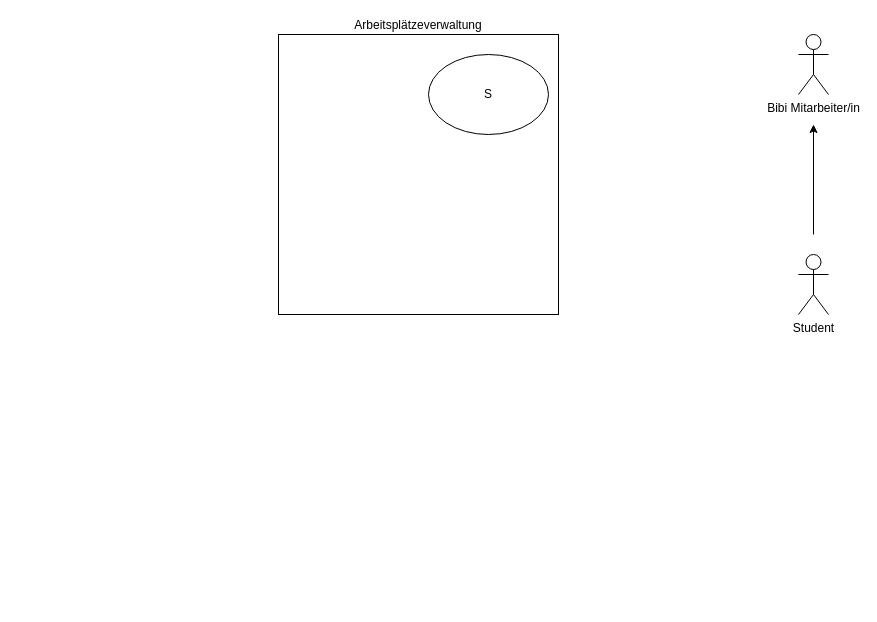
Above: Unbenanntes Diagramm.drawio in hantinguyen/hello-world (draw.io), before the change. Source tidied: cells renumbered, new cells numbered last; positions are measured from the earlier drawing's top-left corner, leaving out a move shared by most shapes. Both pictures are drawn from the tidied source at 100%, with x=0, y=0 at pixel (278, 34).
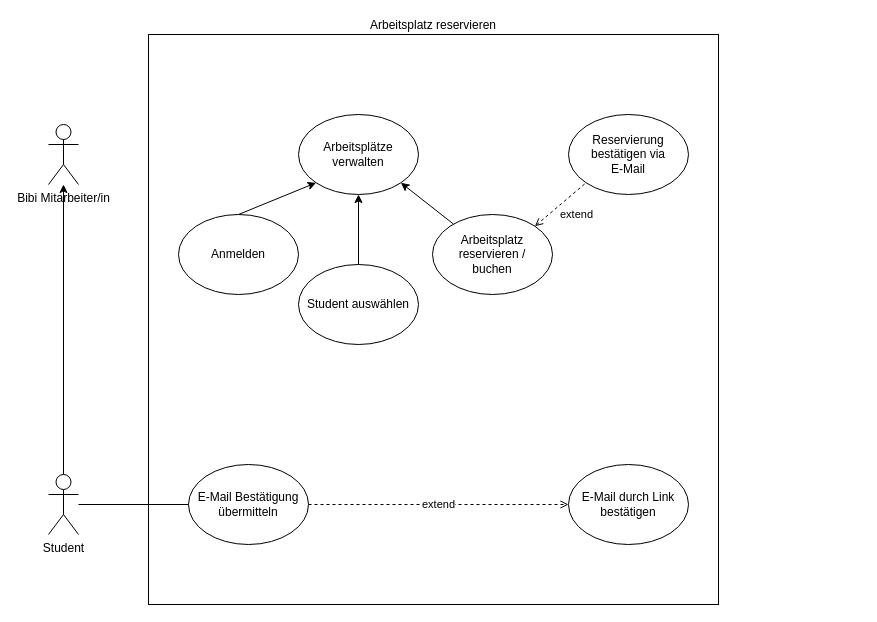
Above is the later version.

Change to the diagram source:
```diff
@@
     <mxCell id="2" value="Bibi Mitarbeiter/in" style="shape=umlActor;verticalLabelPosition=bottom;verticalAlign=top;html=1;outlineConnect=0;" parent="1" vertex="1">
-      <mxGeometry x="520" width="30" height="60" as="geometry" />
+      <mxGeometry x="-230" y="90" width="30" height="60" as="geometry" />
     </mxCell>
-    <mxCell id="3" style="edgeStyle=orthogonalEdgeStyle;rounded=0;orthogonalLoop=1;jettySize=auto;html=1;" parent="1" edge="1">
-      <mxGeometry relative="1" as="geometry">
-        <mxPoint x="535" y="200" as="sourcePoint" />
-        <mxPoint x="535" y="90" as="targetPoint" />
-      </mxGeometry>
-    </mxCell>
+    <mxCell id="7" style="edgeStyle=orthogonalEdgeStyle;rounded=0;jettySize=auto;html=1;exitX=0.5;exitY=0;exitDx=0;exitDy=0;exitPerimeter=0;" parent="1" edge="1" source="4" target="2">
+      <mxGeometry relative="1" as="geometry" />
+    </mxCell>
     <mxCell id="4" value="Student" style="shape=umlActor;verticalLabelPosition=bottom;verticalAlign=top;html=1;outlineConnect=0;" parent="1" vertex="1">
-      <mxGeometry x="520" y="220" width="30" height="60" as="geometry" />
+      <mxGeometry x="-230" y="440" width="30" height="60" as="geometry" />
     </mxCell>
-    <mxCell id="5" value="&lt;div style=&quot;&quot;&gt;&lt;span style=&quot;background-color: initial; line-height: 1.2;&quot;&gt;Arbeitsplätze&lt;/span&gt;&lt;span style=&quot;background-color: initial;&quot;&gt;verwaltung&lt;/span&gt;&lt;/div&gt;" style="whiteSpace=wrap;html=1;horizontal=1;verticalAlign=bottom;labelPosition=center;verticalLabelPosition=top;align=center;" parent="1" vertex="1">
-      <mxGeometry width="280" height="280" as="geometry" />
-    </mxCell>
-    <mxCell id="6" value="S" style="ellipse;whiteSpace=wrap;html=1;" parent="1" vertex="1">
-      <mxGeometry x="150" y="20" width="120" height="80" as="geometry" />
-    </mxCell>
+    <mxCell id="8" value="&lt;div style=&quot;&quot;&gt;&lt;span style=&quot;background-color: initial; line-height: 1.2;&quot;&gt;Arbeitsplatz reservieren&lt;/span&gt;&lt;/div&gt;" style="whiteSpace=wrap;html=1;horizontal=1;verticalAlign=bottom;labelPosition=center;verticalLabelPosition=top;align=center;" parent="1" vertex="1">
+      <mxGeometry x="-130" width="570" height="570" as="geometry" />
+    </mxCell>
+    <mxCell id="9" value="Arbeitsplätze verwalten" style="ellipse;whiteSpace=wrap;html=1;" parent="1" vertex="1">
+      <mxGeometry x="20" y="80" width="120" height="80" as="geometry" />
+    </mxCell>
+    <mxCell id="10" value="Anmelden" style="ellipse;whiteSpace=wrap;html=1;" parent="1" vertex="1">
+      <mxGeometry x="-100" y="180" width="120" height="80" as="geometry" />
+    </mxCell>
+    <mxCell id="11" style="edgeStyle=orthogonalEdgeStyle;rounded=0;jettySize=auto;html=1;" parent="1" edge="1" source="12" target="9">
+      <mxGeometry relative="1" as="geometry" />
+    </mxCell>
+    <mxCell id="12" value="Student auswählen" style="ellipse;whiteSpace=wrap;html=1;" parent="1" vertex="1">
+      <mxGeometry x="20" y="230" width="120" height="80" as="geometry" />
+    </mxCell>
+    <mxCell id="13" style="rounded=0;jettySize=auto;html=1;entryX=1;entryY=1;entryDx=0;entryDy=0;" parent="1" edge="1" source="14" target="9">
+      <mxGeometry relative="1" as="geometry" />
+    </mxCell>
+    <mxCell id="14" value="Arbeitsplatz reservieren / &lt;br&gt;buchen" style="ellipse;whiteSpace=wrap;html=1;" parent="1" vertex="1">
+      <mxGeometry x="154" y="180" width="120" height="80" as="geometry" />
+    </mxCell>
+    <mxCell id="15" value="Reservierung bestätigen via &lt;br&gt;E-Mail" style="ellipse;whiteSpace=wrap;html=1;" parent="1" vertex="1">
+      <mxGeometry x="290" y="80" width="120" height="80" as="geometry" />
+    </mxCell>
+    <mxCell id="16" style="endArrow=classic;html=1;rounded=0;exitX=0.5;exitY=0;exitDx=0;exitDy=0;entryX=0;entryY=1;entryDx=0;entryDy=0;" parent="1" edge="1" source="10" target="9">
+      <mxGeometry relative="1" as="geometry" />
+    </mxCell>
+    <mxCell id="17" style="endArrow=none;dashed=1;html=1;strokeWidth=1;rounded=0;entryX=0;entryY=1;entryDx=0;entryDy=0;exitX=1;exitY=0;exitDx=0;exitDy=0;startArrow=open;startFill=0;" parent="1" edge="1" source="14" target="15">
+      <mxGeometry relative="1" as="geometry" />
+    </mxCell>
+    <mxCell id="18" value="extend" style="edgeLabel;html=1;align=center;verticalAlign=middle;" parent="17" vertex="1">
+      <mxGeometry x="0.51" y="-3" relative="1" as="geometry">
+        <mxPoint y="19" as="offset" />
+      </mxGeometry>
+    </mxCell>
+    <mxCell id="19" value="extend" style="edgeStyle=none;rounded=0;jettySize=auto;html=1;dashed=1;endArrow=open;endFill=0;" parent="1" edge="1" source="20" target="21">
+      <mxGeometry relative="1" as="geometry" />
+    </mxCell>
+    <mxCell id="20" value="E-Mail Bestätigung übermitteln" style="ellipse;whiteSpace=wrap;html=1;" parent="1" vertex="1">
+      <mxGeometry x="-90" y="430" width="120" height="80" as="geometry" />
+    </mxCell>
+    <mxCell id="21" value="E-Mail durch Link bestätigen" style="ellipse;whiteSpace=wrap;html=1;" parent="1" vertex="1">
+      <mxGeometry x="290" y="430" width="120" height="80" as="geometry" />
+    </mxCell>
+    <mxCell id="22" style="edgeStyle=none;rounded=0;jettySize=auto;html=1;startArrow=none;startFill=0;endArrow=none;endFill=0;strokeWidth=1;entryX=0;entryY=0.5;entryDx=0;entryDy=0;" parent="1" edge="1" source="4" target="20">
+      <mxGeometry relative="1" as="geometry" />
+    </mxCell>
```
